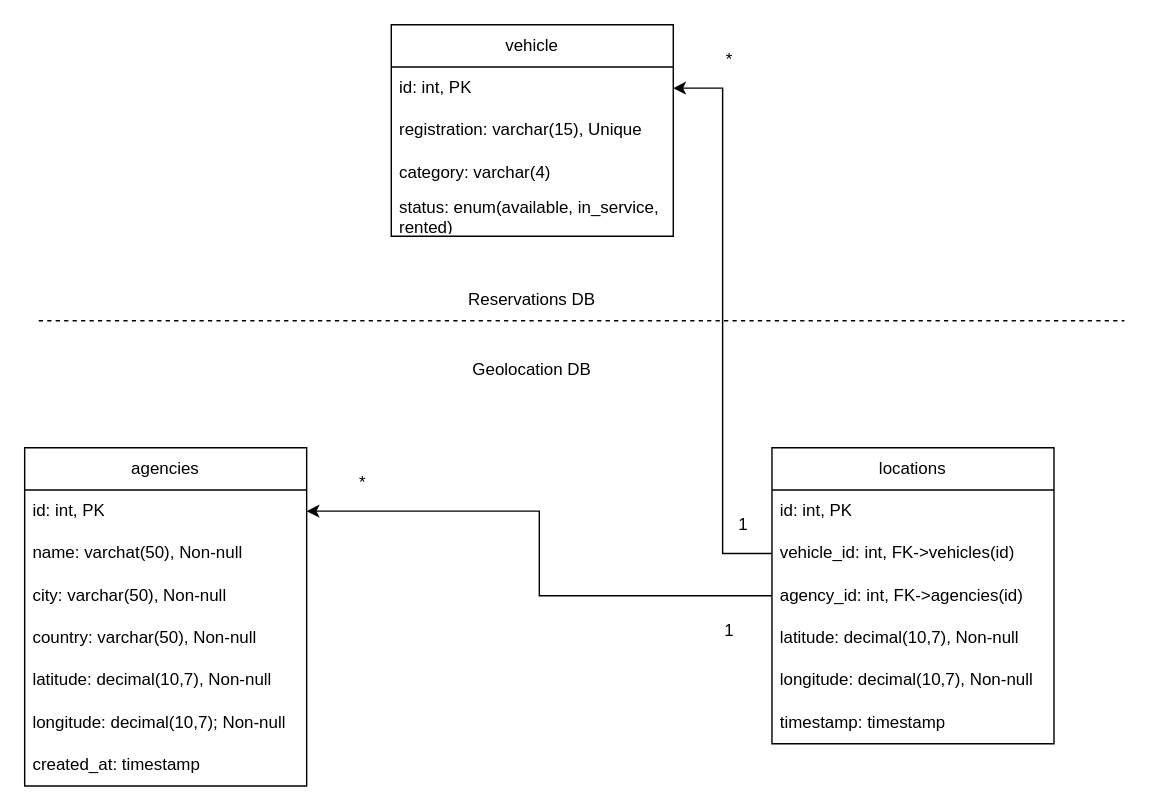
Before: MS_goelocations.drawio in TBERT31/P13-YourCarYourWay_MessageApp_JavaAngular, a draw.io diagram. Source tidied: cells renumbered, new cells numbered last; positions are measured from the earlier drawing's top-left corner, leaving out a move shared by most shapes. Both pictures are drawn from the tidied source at 141%, with x=0, y=0 at pixel (24, 24).
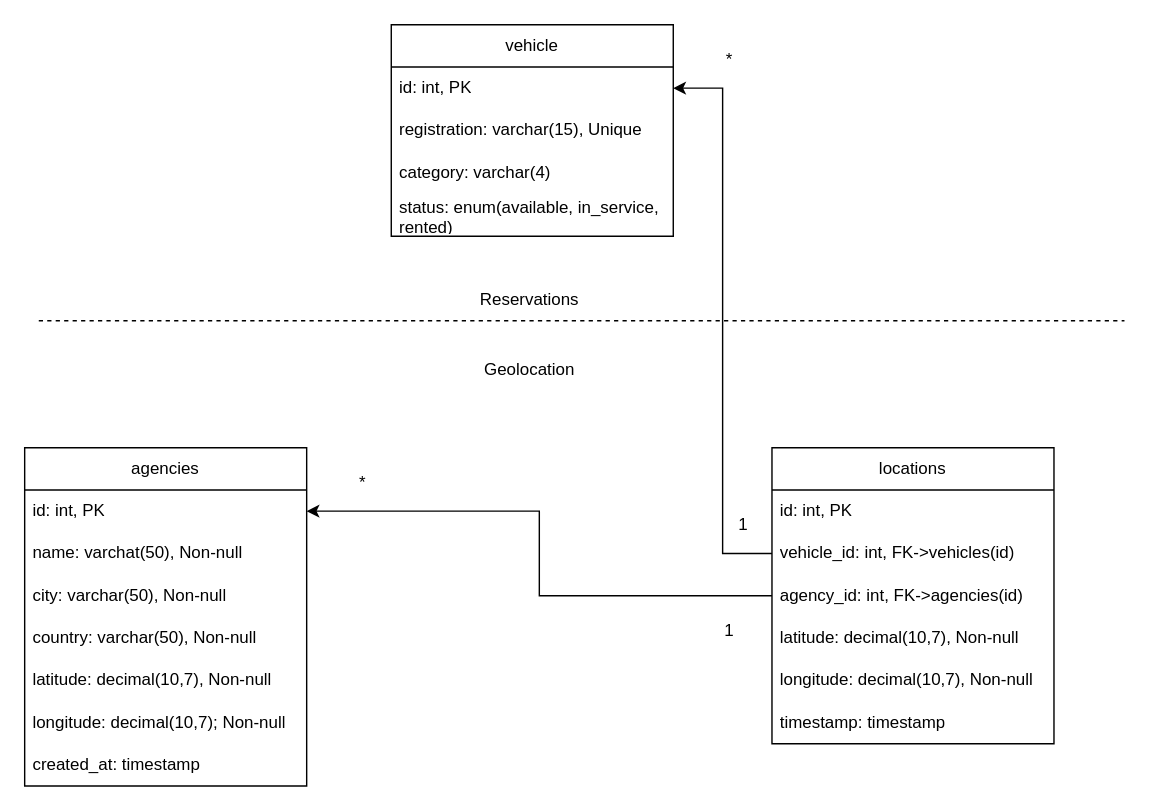
After the change.

Commit message:
Mettre à jour MS_goelocations.drawio

The edit, as a diff of the source:
```diff
@@
-    <mxCell id="8" value="Geolocation DB" style="text;html=1;align=center;verticalAlign=middle;whiteSpace=wrap;rounded=0;" parent="1" vertex="1">
+    <mxCell id="8" value="Geolocation&amp;nbsp;" style="text;html=1;align=center;verticalAlign=middle;whiteSpace=wrap;rounded=0;" parent="1" vertex="1">
       <mxGeometry x="280" y="230" width="160" height="30" as="geometry" />
     </mxCell>
-    <mxCell id="9" value="Reservations DB" style="text;html=1;align=center;verticalAlign=middle;whiteSpace=wrap;rounded=0;" parent="1" vertex="1">
+    <mxCell id="9" value="Reservations&amp;nbsp;" style="text;html=1;align=center;verticalAlign=middle;whiteSpace=wrap;rounded=0;" parent="1" vertex="1">
       <mxGeometry x="310" y="180" width="100" height="30" as="geometry" />
     </mxCell>
```
